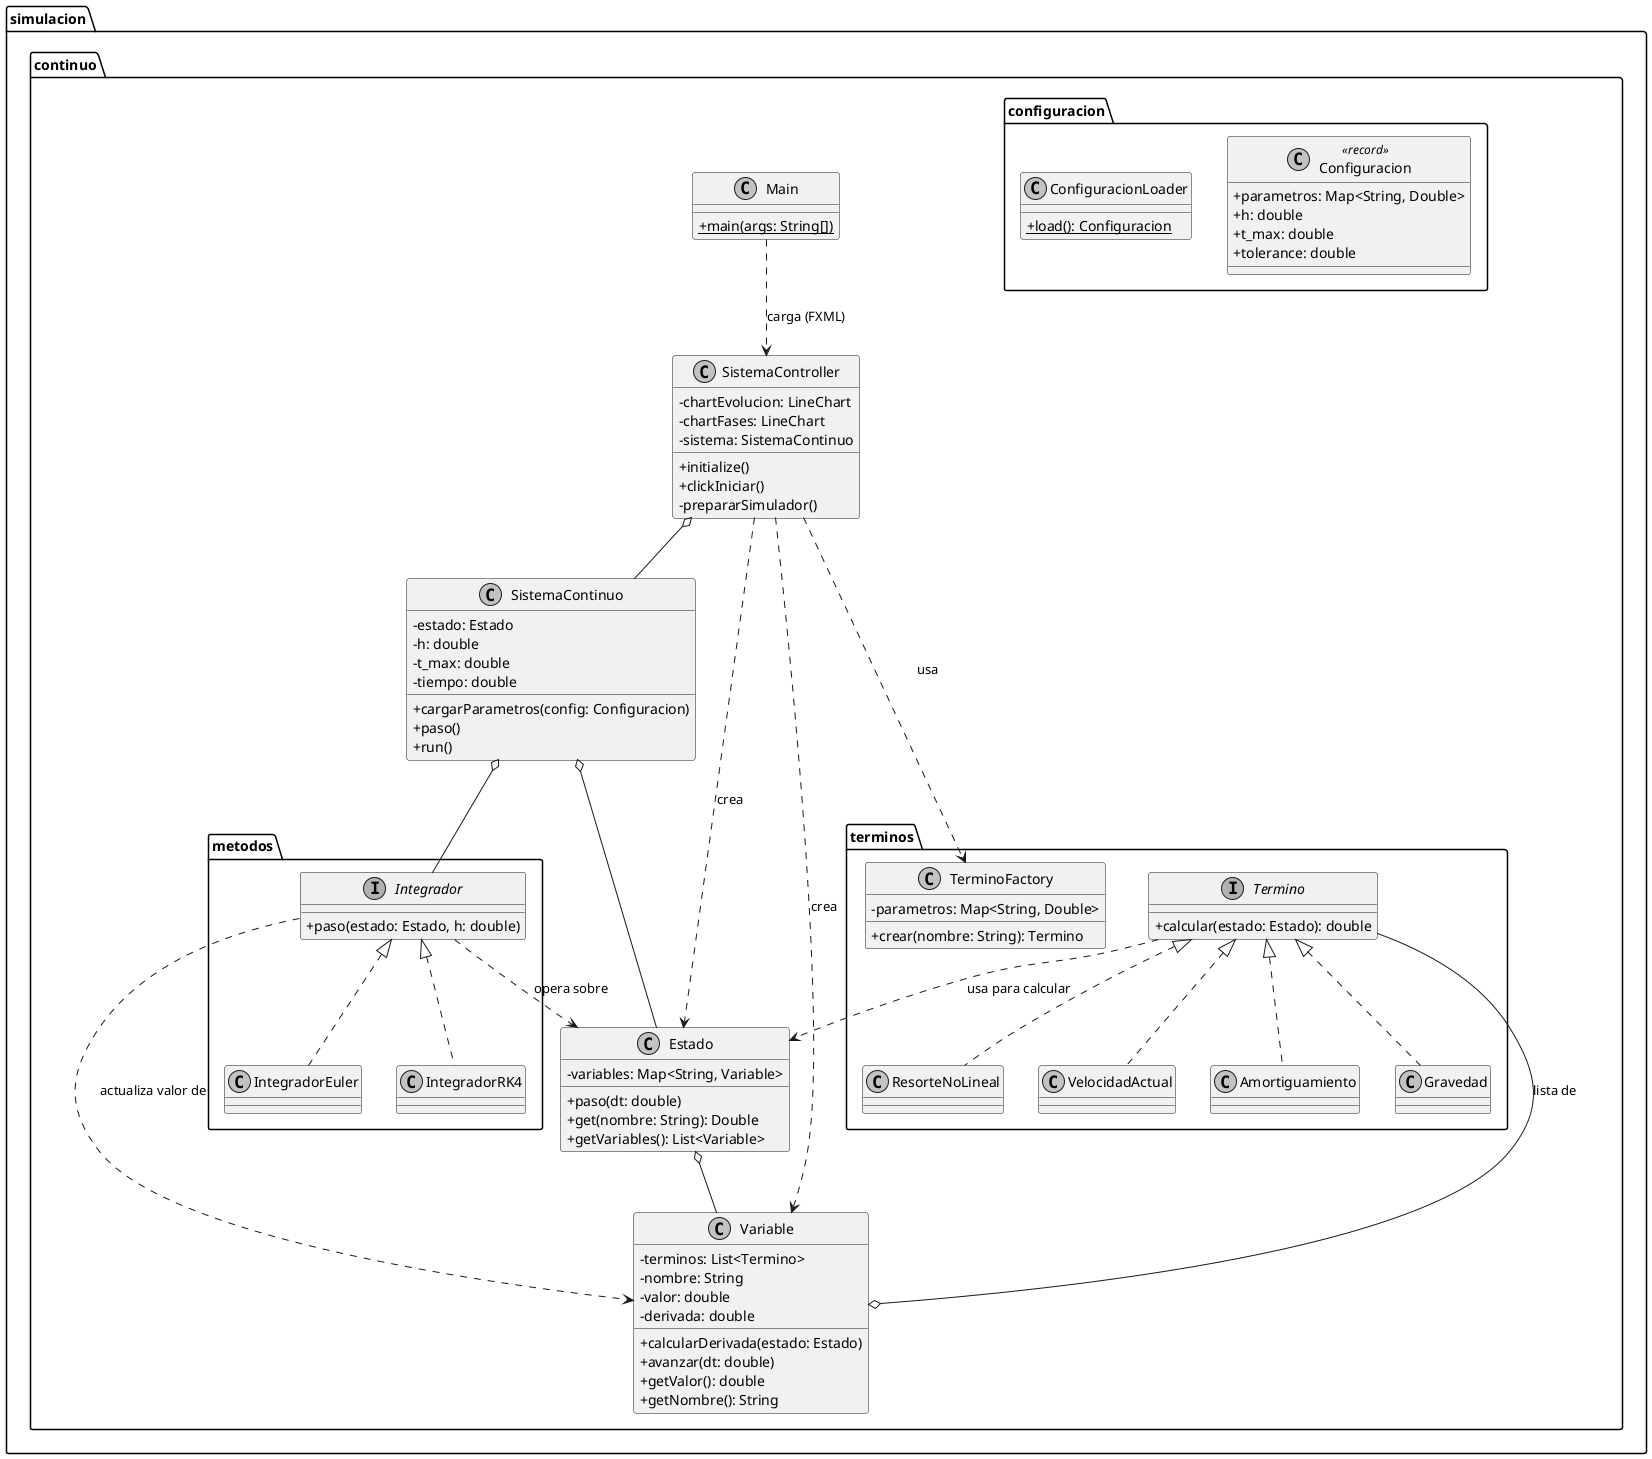
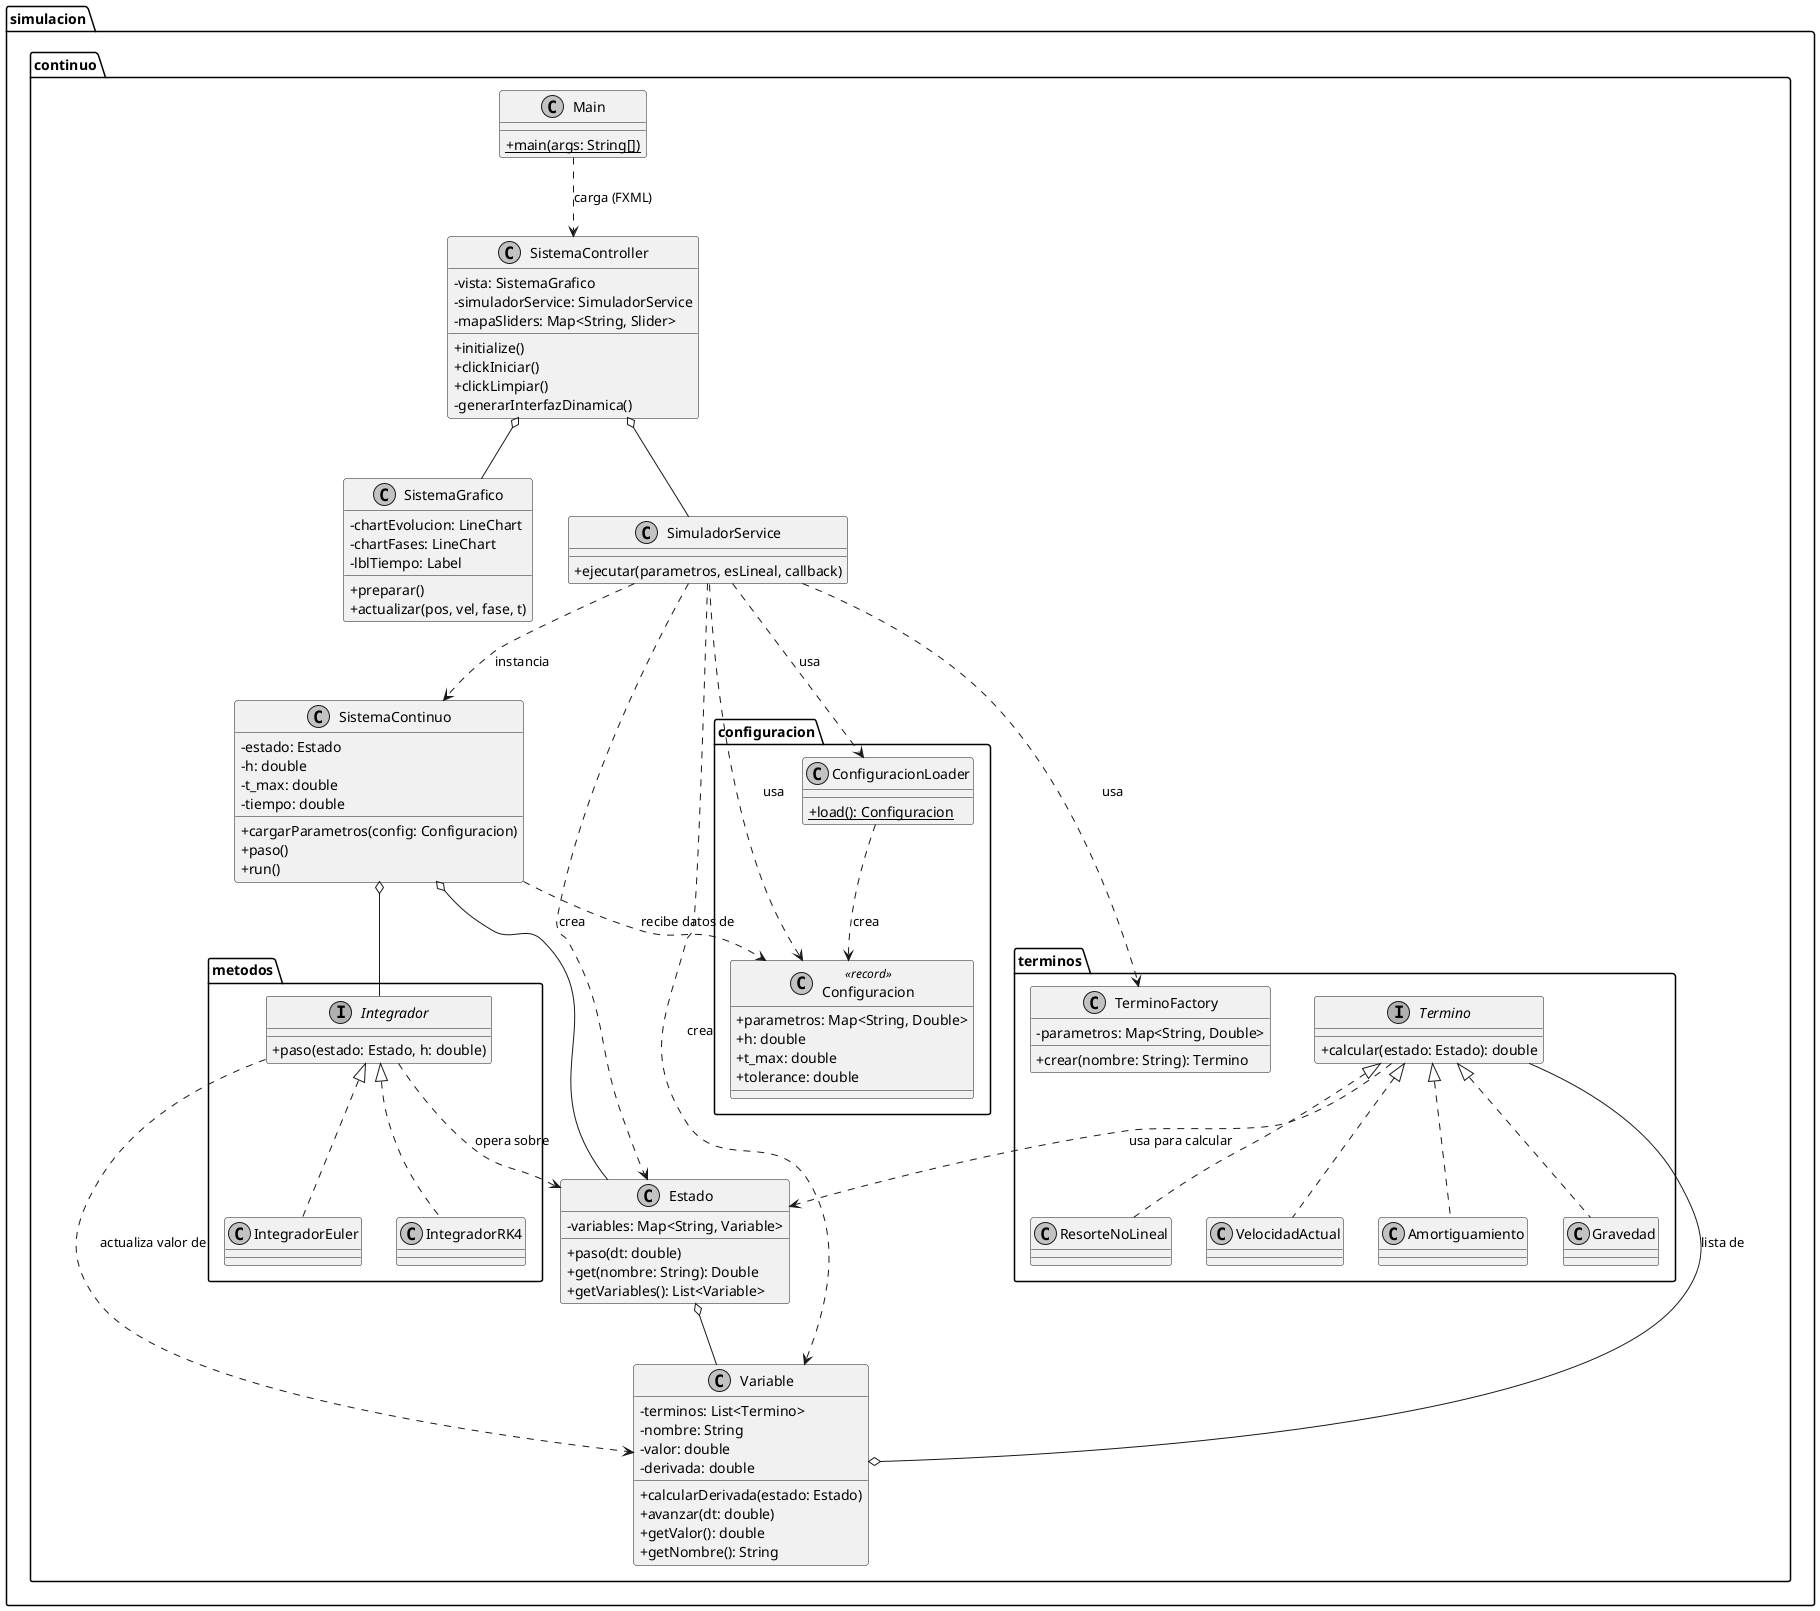
@startuml
skinparam classAttributeIconSize 0
skinparam monochrome true
skinparam shadowing false

package "simulacion.continuo" {
    class Main {
        + {static} main(args: String[])
    }

    class SistemaController {
+         - vista: SistemaGrafico
+         - simuladorService: SimuladorService
+         - mapaSliders: Map<String, Slider>
+         + initialize()
+         + clickIniciar()
+         + clickLimpiar()
+         - generarInterfazDinamica()
+     }
+ 
+     class SistemaGrafico {
        - chartEvolucion: LineChart
        - chartFases: LineChart
-         - sistema: SistemaContinuo
-         + initialize()
-         + clickIniciar()
-         - prepararSimulador()
+         - lblTiempo: Label
+         + preparar()
+         + actualizar(pos, vel, fase, t)
+     }
+ 
+     class SimuladorService {
+         + ejecutar(parametros, esLineal, callback)
    }

    class SistemaContinuo {
        - estado: Estado
        - h: double
        - t_max: double
        - tiempo: double
        + cargarParametros(config: Configuracion)
        + paso()
        + run()
    }

    class Estado {
        - variables: Map<String, Variable>
        + paso(dt: double)
        + get(nombre: String): Double
        + getVariables(): List<Variable>
    }

    class Variable {
        - terminos: List<Termino>
        - nombre: String
        - valor: double
        - derivada: double
        + calcularDerivada(estado: Estado)
        + avanzar(dt: double)
        + getValor(): double
        + getNombre(): String
    }

    package "configuracion" {
        class Configuracion <<record>> {
            + parametros: Map<String, Double>
            + h: double
            + t_max: double
            + tolerance: double
        }

        class ConfiguracionLoader {
            + {static} load(): Configuracion
        }
    }

    package "terminos" {
        interface Termino {
            + calcular(estado: Estado): double
        }

        class TerminoFactory {
            - parametros: Map<String, Double>
            + crear(nombre: String): Termino
        }

        class Amortiguamiento implements Termino
        class Gravedad implements Termino
        class ResorteNoLineal implements Termino
        class VelocidadActual implements Termino
    }

    package "metodos" {
        interface Integrador {
            + paso(estado: Estado, h: double)
        }

        class IntegradorEuler implements Integrador
        class IntegradorRK4 implements Integrador
    }
}

' Relaciones
Main ..> SistemaController : carga (FXML)
- SistemaController o-- SistemaContinuo
- SistemaController ..> TerminoFactory : usa
- SistemaController ..> Variable : crea
- SistemaController ..> Estado : crea
+ SistemaController o-- SistemaGrafico
+ SistemaController o-- SimuladorService
+ 
+ SimuladorService ..> SistemaContinuo : instancia
+ SimuladorService ..> TerminoFactory : usa
+ SimuladorService ..> Variable : crea
+ SimuladorService ..> Estado : crea
+ SimuladorService ..> ConfiguracionLoader : usa
+ SimuladorService ..> Configuracion : usa

SistemaContinuo o-- Estado
SistemaContinuo o-- Integrador
Estado o-- Variable

Variable o-- Termino : lista de

Termino ..> Estado : usa para calcular
Integrador ..> Estado : opera sobre
Integrador ..> Variable : actualiza valor de

+ ConfiguracionLoader ..> Configuracion : crea
+ SistemaContinuo ..> Configuracion : recibe datos de
+ 
@enduml

